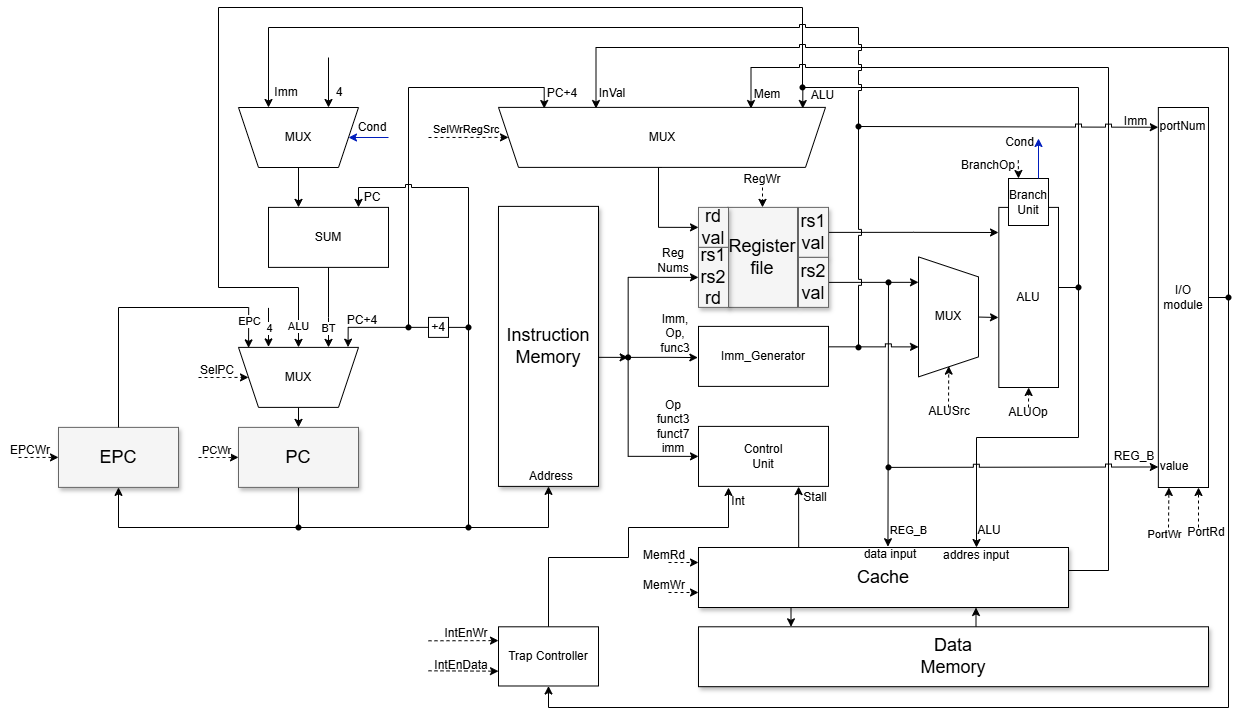
The draw.io diagram DataPath.drawio.png in sircuspelle/cached-harvard-risc-assembler, before a commit. Source tidied: cells renumbered, new cells last; positions are measured from the earlier drawing's top-left corner, leaving out a move shared by most shapes.
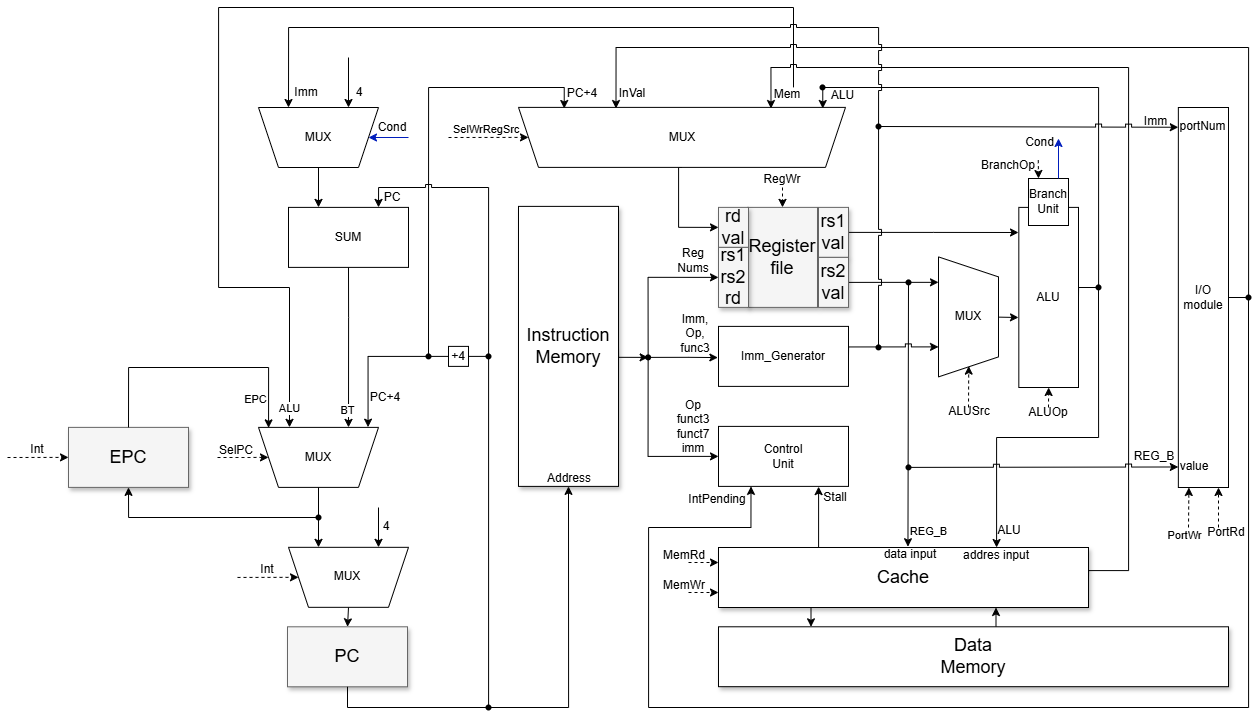
The same file after the commit.

Diff of the diagram source:
```diff
@@ -38,20 +38,14 @@
     </mxCell>
-    <mxCell id="9" style="edgeStyle=orthogonalEdgeStyle;rounded=0;jettySize=auto;html=1;exitX=0.5;exitY=1;exitDx=0;exitDy=0;entryX=0.5;entryY=1;entryDx=0;entryDy=0;" parent="1" edge="1" source="10" target="4">
-      <mxGeometry relative="1" as="geometry">
-        <Array as="points">
-          <mxPoint x="298" y="520" />
-          <mxPoint x="548" y="520" />
-        </Array>
-      </mxGeometry>
-    </mxCell>
     <mxCell id="10" value="PC" style="whiteSpace=wrap;html=1;shadow=1;fontSize=18;fillColor=#f5f5f5;strokeColor=#666666;" parent="1" vertex="1">
-      <mxGeometry x="238" y="419.9" width="120" height="60" as="geometry" />
+      <mxGeometry x="267" y="619.3" width="120" height="60" as="geometry" />
     </mxCell>
-    <mxCell id="11" style="edgeStyle=orthogonalEdgeStyle;rounded=0;jettySize=auto;html=1;entryX=0.5;entryY=1;entryDx=0;entryDy=0;jumpStyle=sharp;exitX=0.457;exitY=0.326;exitDx=0;exitDy=0;exitPerimeter=0;" parent="1" edge="1" source="50" target="106">
+    <mxCell id="11" style="edgeStyle=orthogonalEdgeStyle;rounded=0;jettySize=auto;html=1;entryX=0.75;entryY=1;entryDx=0;entryDy=0;jumpStyle=sharp;exitX=0.457;exitY=0.326;exitDx=0;exitDy=0;exitPerimeter=0;" parent="1" edge="1" target="106">
       <mxGeometry relative="1" as="geometry">
+        <mxPoint x="773" y="79.9" as="sourcePoint" />
         <Array as="points">
-          <mxPoint x="802" />
-          <mxPoint x="218" />
-          <mxPoint x="218" y="280" />
-          <mxPoint x="298" y="280" />
+          <mxPoint x="773" />
+          <mxPoint x="198" />
+          <mxPoint x="198" y="280" />
+          <mxPoint x="269" y="280" />
+          <mxPoint x="269" y="420" />
         </Array>
@@ -61,3 +55,3 @@
       <mxGeometry x="0.9" y="1" relative="1" as="geometry">
-        <mxPoint x="-2" y="32" as="offset" />
+        <mxPoint x="-2" y="35" as="offset" />
       </mxGeometry>
@@ -86,7 +80,2 @@
     </mxCell>
-    <mxCell id="16" style="edgeStyle=orthogonalEdgeStyle;rounded=0;jettySize=auto;html=1;exitX=0.5;exitY=1;exitDx=0;exitDy=0;entryX=0.5;entryY=0;entryDx=0;entryDy=0;" parent="1" edge="1" target="10">
-      <mxGeometry relative="1" as="geometry">
-        <mxPoint x="298" y="399.9" as="sourcePoint" />
-      </mxGeometry>
-    </mxCell>
     <mxCell id="17" style="edgeStyle=orthogonalEdgeStyle;rounded=0;jettySize=auto;html=1;exitX=0.5;exitY=0;exitDx=0;exitDy=0;" parent="1" edge="1" source="113">
@@ -104,11 +93,6 @@
     <mxCell id="19" value="EPC" style="whiteSpace=wrap;html=1;shadow=1;fontSize=18;fillColor=#f5f5f5;strokeColor=#666666;" parent="1" vertex="1">
-      <mxGeometry x="58" y="419.9" width="120" height="60" as="geometry" />
+      <mxGeometry x="48" y="419.9" width="120" height="60" as="geometry" />
     </mxCell>
-    <mxCell id="20" style="edgeStyle=none;jettySize=auto;html=1;rounded=0;entryX=0;entryY=0.5;entryDx=0;entryDy=0;dashed=1;" parent="1" edge="1" target="19">
-      <mxGeometry relative="1" as="geometry">
-        <mxPoint x="18" y="450" as="sourcePoint" />
-      </mxGeometry>
-    </mxCell>
-    <mxCell id="21" value="EPCWr" style="text;html=1;whiteSpace=wrap;strokeColor=none;fillColor=none;align=center;verticalAlign=middle;rounded=0;" parent="1" vertex="1">
-      <mxGeometry y="437.9" width="60" height="11.1" as="geometry" />
+    <mxCell id="21" value="Int" style="text;html=1;whiteSpace=wrap;strokeColor=none;fillColor=none;align=center;verticalAlign=middle;rounded=0;" parent="1" vertex="1">
+      <mxGeometry x="-13" y="436.9" width="60" height="11.1" as="geometry" />
     </mxCell>
@@ -159,16 +143,2 @@
     </mxCell>
-    <mxCell id="29" style="edgeStyle=orthogonalEdgeStyle;rounded=0;jettySize=auto;html=1;exitX=0;exitY=0.5;exitDx=0;exitDy=0;jumpStyle=sharp;" parent="1" edge="1" source="30">
-      <mxGeometry relative="1" as="geometry">
-        <mxPoint x="728" y="480" as="targetPoint" />
-        <Array as="points">
-          <mxPoint x="548" y="550" />
-          <mxPoint x="628" y="550" />
-          <mxPoint x="628" y="520" />
-          <mxPoint x="728" y="520" />
-        </Array>
-      </mxGeometry>
-    </mxCell>
-    <mxCell id="30" value="Trap Controller" style="rounded=0;whiteSpace=wrap;html=1;direction=south;" parent="1" vertex="1">
-      <mxGeometry x="498" y="619.3" width="100" height="59.2" as="geometry" />
-    </mxCell>
     <mxCell id="31" style="edgeStyle=orthogonalEdgeStyle;rounded=0;jettySize=auto;html=1;exitX=0.5;exitY=0;exitDx=0;exitDy=0;jumpStyle=sharp;entryX=0;entryY=0.5;entryDx=0;entryDy=0;" parent="1" edge="1" source="114" target="71">
@@ -183,3 +153,3 @@
       <mxGeometry relative="1" as="geometry">
-        <mxPoint x="408" y="320" as="sourcePoint" />
+        <mxPoint x="408" y="350" as="sourcePoint" />
         <mxPoint x="543.7" y="101" as="targetPoint" />
@@ -205,4 +175,4 @@
         <Array as="points">
-          <mxPoint x="118" y="300" />
-          <mxPoint x="248" y="300" />
+          <mxPoint x="108" y="360" />
+          <mxPoint x="248" y="360" />
         </Array>
@@ -211,27 +181,7 @@
     <mxCell id="36" value="EPC" style="edgeLabel;html=1;align=center;verticalAlign=middle;" parent="1" vertex="1">
-      <mxGeometry x="248" y="312.9" as="geometry" />
+      <mxGeometry x="234" y="390.9" as="geometry" />
     </mxCell>
     <mxCell id="37" value="BT" style="edgeLabel;html=1;align=center;verticalAlign=middle;" parent="1" vertex="1">
-      <mxGeometry x="327" y="319.9" as="geometry" />
+      <mxGeometry x="326" y="401.9" as="geometry" />
     </mxCell>
-    <mxCell id="38" style="edgeStyle=none;orthogonalLoop=1;jettySize=auto;html=1;rounded=0;dashed=1;" parent="1" edge="1">
-      <mxGeometry relative="1" as="geometry">
-        <mxPoint x="198" y="450" as="sourcePoint" />
-        <mxPoint x="238" y="449.9" as="targetPoint" />
-      </mxGeometry>
-    </mxCell>
-    <mxCell id="39" value="PCWr" style="edgeLabel;html=1;align=center;verticalAlign=middle;" parent="38" vertex="1">
-      <mxGeometry x="-0.01" y="-1" relative="1" as="geometry">
-        <mxPoint x="-3" y="-9" as="offset" />
-      </mxGeometry>
-    </mxCell>
-    <mxCell id="40" style="edgeStyle=none;orthogonalLoop=1;jettySize=auto;html=1;rounded=0;" parent="1" edge="1">
-      <mxGeometry relative="1" as="geometry">
-        <mxPoint x="268" y="300.4" as="sourcePoint" />
-        <mxPoint x="268" y="339.4" as="targetPoint" />
-      </mxGeometry>
-    </mxCell>
-    <mxCell id="41" value="4" style="edgeLabel;html=1;align=center;verticalAlign=middle;" parent="40" vertex="1">
-      <mxGeometry x="0.05" relative="1" as="geometry" />
-    </mxCell>
     <mxCell id="42" style="edgeStyle=orthogonalEdgeStyle;rounded=0;jettySize=auto;html=1;exitX=1;exitY=0.5;exitDx=0;exitDy=0;jumpStyle=sharp;entryX=0.75;entryY=1;entryDx=0;entryDy=0;" parent="1" edge="1" source="44" target="113">
@@ -262,3 +212,3 @@
       <mxGeometry relative="1" as="geometry">
-        <mxPoint x="198" y="370" as="sourcePoint" />
+        <mxPoint x="197" y="450" as="sourcePoint" />
       </mxGeometry>
@@ -295,11 +245,8 @@
     <mxCell id="54" value="&lt;span style=&quot;background-color: light-dark(#ffffff, var(--ge-dark-color, #121212));&quot;&gt;SelPC&lt;/span&gt;" style="text;html=1;whiteSpace=wrap;strokeColor=none;fillColor=none;align=center;verticalAlign=middle;rounded=0;" parent="1" vertex="1">
-      <mxGeometry x="197" y="359" width="40" height="7.9" as="geometry" />
+      <mxGeometry x="196" y="439" width="40" height="7.9" as="geometry" />
     </mxCell>
     <mxCell id="55" value="Address" style="text;html=1;whiteSpace=wrap;strokeColor=none;fillColor=none;align=center;verticalAlign=middle;rounded=0;" parent="1" vertex="1">
-      <mxGeometry x="521" y="453.9" width="60" height="30" as="geometry" />
+      <mxGeometry x="519" y="465" width="60" height="12" as="geometry" />
     </mxCell>
-    <mxCell id="56" value="IntEnWr" style="text;html=1;whiteSpace=wrap;strokeColor=none;fillColor=none;align=center;verticalAlign=middle;rounded=0;" parent="1" vertex="1">
-      <mxGeometry x="436" y="620.3" width="60" height="11" as="geometry" />
-    </mxCell>
-    <mxCell id="57" style="edgeStyle=orthogonalEdgeStyle;rounded=0;jettySize=auto;html=1;entryX=1;entryY=0.5;entryDx=0;entryDy=0;" parent="1" edge="1" source="58" target="30">
+    <mxCell id="57" style="edgeStyle=orthogonalEdgeStyle;rounded=0;jettySize=auto;html=1;entryX=0.25;entryY=1;entryDx=0;entryDy=0;curved=0;" parent="1" edge="1" source="58" target="18">
       <mxGeometry relative="1" as="geometry">
@@ -307,3 +254,5 @@
           <mxPoint x="1228" y="700" />
-          <mxPoint x="548" y="700" />
+          <mxPoint x="628" y="700" />
+          <mxPoint x="628" y="520" />
+          <mxPoint x="731" y="520" />
         </Array>
@@ -317,5 +266,7 @@
     </mxCell>
-    <mxCell id="60" style="edgeStyle=orthogonalEdgeStyle;rounded=0;jettySize=auto;html=1;entryX=0.75;entryY=0;entryDx=0;entryDy=0;jumpStyle=sharp;" parent="1" edge="1" source="107" target="33">
+    <mxCell id="60" style="edgeStyle=orthogonalEdgeStyle;rounded=0;jettySize=auto;html=1;entryX=0.75;entryY=0;entryDx=0;entryDy=0;jumpStyle=sharp;exitX=0.5;exitY=1;exitDx=0;exitDy=0;" parent="1" edge="1" source="10" target="33">
       <mxGeometry relative="1" as="geometry">
         <Array as="points">
+          <mxPoint x="327" y="700" />
+          <mxPoint x="468" y="700" />
           <mxPoint x="468" y="180" />
@@ -326,3 +277,3 @@
     <mxCell id="61" style="shape=waypoint;sketch=0;size=6;points=[];fillColor=none;perimeter=centerPerimeter;snapToPoint=1;" parent="1" vertex="1">
-      <mxGeometry x="458" y="309.9" width="20" height="20" as="geometry" />
+      <mxGeometry x="458" y="338.9" width="20" height="20" as="geometry" />
     </mxCell>
@@ -379,3 +330,3 @@
     <mxCell id="76" style="shape=waypoint;sketch=0;size=6;fillColor=none;perimeter=centerPerimeter;" parent="1" vertex="1">
-      <mxGeometry x="398" y="309.9" width="20" height="20" as="geometry" />
+      <mxGeometry x="398" y="338.9" width="20" height="20" as="geometry" />
     </mxCell>
@@ -404,5 +355,2 @@
     </mxCell>
-    <mxCell id="84" value="Int" style="text;html=1;whiteSpace=wrap;strokeColor=none;fillColor=none;align=center;verticalAlign=middle;rounded=0;" parent="1" vertex="1">
-      <mxGeometry x="708" y="478.9" width="60" height="30" as="geometry" />
-    </mxCell>
     <mxCell id="85" value="ALU" style="text;html=1;whiteSpace=wrap;strokeColor=none;fillColor=none;align=center;verticalAlign=middle;rounded=0;" parent="1" vertex="1">
@@ -427,5 +375,2 @@
     </mxCell>
-    <mxCell id="91" value="IntEnData" style="text;html=1;whiteSpace=wrap;strokeColor=none;fillColor=none;align=center;verticalAlign=middle;rounded=0;" parent="1" vertex="1">
-      <mxGeometry x="443" y="651.3" width="36" height="12.8" as="geometry" />
-    </mxCell>
     <mxCell id="92" style="edgeStyle=orthogonalEdgeStyle;rounded=0;jettySize=auto;html=1;exitX=0.5;exitY=0;exitDx=0;exitDy=0;entryX=0.25;entryY=0;entryDx=0;entryDy=0;" parent="1" edge="1" source="93" target="33">
@@ -481,7 +426,4 @@
     <mxCell id="106" style="shape=trapezoid;perimeter=trapezoidPerimeter;whiteSpace=wrap;html=1;fixedSize=1;rotation=-180;" parent="1" vertex="1">
-      <mxGeometry x="238" y="339.9" width="120" height="60" as="geometry" />
+      <mxGeometry x="238" y="419.9" width="120" height="60" as="geometry" />
     </mxCell>
-    <mxCell id="107" style="shape=waypoint;sketch=0;size=6;points=[];fillColor=none;perimeter=centerPerimeter;snapToPoint=1;" parent="1" vertex="1">
-      <mxGeometry x="458" y="510" width="20" height="20" as="geometry" />
-    </mxCell>
     <mxCell id="108" style="edgeStyle=orthogonalEdgeStyle;rounded=0;jettySize=auto;html=1;entryX=0.087;entryY=1.004;entryDx=0;entryDy=0;entryPerimeter=0;" parent="1" edge="1" source="61" target="106">
@@ -490,13 +432,15 @@
     <mxCell id="109" value="PC+4" style="text;html=1;whiteSpace=wrap;strokeColor=none;fillColor=none;align=center;verticalAlign=middle;rounded=0;" parent="1" vertex="1">
-      <mxGeometry x="332" y="298" width="60" height="30" as="geometry" />
+      <mxGeometry x="335" y="375" width="60" height="30" as="geometry" />
     </mxCell>
     <mxCell id="110" value="+4" style="rounded=0;whiteSpace=wrap;html=1;" parent="1" vertex="1">
-      <mxGeometry x="428" y="309.9" width="20" height="20" as="geometry" />
+      <mxGeometry x="428" y="338.9" width="20" height="20" as="geometry" />
     </mxCell>
-    <mxCell id="111" style="edgeStyle=orthogonalEdgeStyle;rounded=0;jettySize=auto;html=1;entryX=0.5;entryY=1;entryDx=0;entryDy=0;" parent="1" edge="1" source="112" target="19">
-      <mxGeometry relative="1" as="geometry" />
+    <mxCell id="111" style="edgeStyle=orthogonalEdgeStyle;rounded=0;jettySize=auto;html=1;entryX=0.5;entryY=1;entryDx=0;entryDy=0;" parent="1" edge="1" source="136">
+      <mxGeometry relative="1" as="geometry">
+        <mxPoint x="108" y="479.9" as="targetPoint" />
+        <Array as="points">
+          <mxPoint x="108" y="510" />
+        </Array>
+      </mxGeometry>
     </mxCell>
-    <mxCell id="112" style="shape=waypoint;sketch=0;size=6;points=[];fillColor=none;perimeter=centerPerimeter;snapToPoint=1;" parent="1" vertex="1">
-      <mxGeometry x="288" y="510" width="20" height="20" as="geometry" />
-    </mxCell>
     <mxCell id="113" style="shape=trapezoid;perimeter=trapezoidPerimeter;whiteSpace=wrap;html=1;fixedSize=1;rotation=90;" parent="1" vertex="1">
@@ -522,13 +466,2 @@
     </mxCell>
-    <mxCell id="120" style="edgeStyle=none;jettySize=auto;html=1;rounded=0;entryX=0.75;entryY=1;entryDx=0;entryDy=0;dashed=1;" parent="1" edge="1" target="30">
-      <mxGeometry relative="1" as="geometry">
-        <mxPoint x="428" y="663.3" as="sourcePoint" />
-      </mxGeometry>
-    </mxCell>
-    <mxCell id="121" style="edgeStyle=none;orthogonalLoop=1;jettySize=auto;html=1;rounded=0;entryX=0.25;entryY=1;entryDx=0;entryDy=0;dashed=1;" parent="1" edge="1">
-      <mxGeometry relative="1" as="geometry">
-        <mxPoint x="428" y="633.3" as="sourcePoint" />
-        <mxPoint x="498" y="633.1" as="targetPoint" />
-      </mxGeometry>
-    </mxCell>
     <mxCell id="122" value="&lt;span style=&quot;color: rgb(0, 0, 0); font-family: Helvetica; font-size: 11px; font-style: normal; font-variant-ligatures: normal; font-variant-caps: normal; font-weight: 400; letter-spacing: normal; orphans: 2; text-align: center; text-indent: 0px; text-transform: none; widows: 2; word-spacing: 0px; -webkit-text-stroke-width: 0px; white-space: nowrap; background-color: rgb(255, 255, 255); text-decoration-thickness: initial; text-decoration-style: initial; text-decoration-color: initial; display: inline !important; float: none;&quot;&gt;SelWrRegSrc&lt;/span&gt;" style="text;whiteSpace=wrap;html=1;" parent="1" vertex="1">
@@ -571,4 +504,49 @@
     <mxCell id="131" value="MUX" style="text;html=1;whiteSpace=wrap;strokeColor=none;fillColor=none;align=center;verticalAlign=middle;rounded=0;" parent="1" vertex="1">
-      <mxGeometry x="268" y="354.9" width="60" height="30" as="geometry" />
+      <mxGeometry x="268" y="434.9" width="60" height="30" as="geometry" />
     </mxCell>
+    <mxCell id="132" style="edgeStyle=orthogonalEdgeStyle;rounded=0;jettySize=auto;html=1;exitX=0.5;exitY=0;exitDx=0;exitDy=0;entryX=0.5;entryY=0;entryDx=0;entryDy=0;" parent="1" edge="1" source="133" target="10">
+      <mxGeometry relative="1" as="geometry" />
+    </mxCell>
+    <mxCell id="133" style="shape=trapezoid;perimeter=trapezoidPerimeter;whiteSpace=wrap;html=1;fixedSize=1;rotation=-180;" parent="1" vertex="1">
+      <mxGeometry x="268" y="539.8" width="120" height="60" as="geometry" />
+    </mxCell>
+    <mxCell id="134" value="MUX" style="text;html=1;whiteSpace=wrap;strokeColor=none;fillColor=none;align=center;verticalAlign=middle;rounded=0;" parent="1" vertex="1">
+      <mxGeometry x="297" y="553.8" width="60" height="30" as="geometry" />
+    </mxCell>
+    <mxCell id="135" style="edgeStyle=orthogonalEdgeStyle;rounded=0;jettySize=auto;html=1;entryX=0.75;entryY=1;entryDx=0;entryDy=0;exitX=0.5;exitY=0;exitDx=0;exitDy=0;" parent="1" edge="1" source="106" target="133">
+      <mxGeometry relative="1" as="geometry" />
+    </mxCell>
+    <mxCell id="136" style="shape=waypoint;sketch=0;size=6;points=[];fillColor=none;perimeter=centerPerimeter;snapToPoint=1;" parent="1" vertex="1">
+      <mxGeometry x="288" y="500" width="20" height="20" as="geometry" />
+    </mxCell>
+    <mxCell id="137" style="edgeStyle=none;jettySize=auto;html=1;rounded=0;entryX=0.25;entryY=1;entryDx=0;entryDy=0;" parent="1" edge="1" target="133">
+      <mxGeometry relative="1" as="geometry">
+        <mxPoint x="358" y="500" as="sourcePoint" />
+      </mxGeometry>
+    </mxCell>
+    <mxCell id="41" value="4" style="text;html=1;whiteSpace=wrap;strokeColor=none;fillColor=none;align=center;verticalAlign=middle;rounded=0;" parent="1" vertex="1">
+      <mxGeometry x="356" y="514" width="20" height="10" as="geometry" />
+    </mxCell>
+    <mxCell id="84" value="Int" style="text;html=1;whiteSpace=wrap;strokeColor=none;fillColor=none;align=center;verticalAlign=middle;rounded=0;" parent="1" vertex="1">
+      <mxGeometry x="217" y="551.8" width="60" height="20" as="geometry" />
+    </mxCell>
+    <mxCell id="138" style="edgeStyle=none;jettySize=auto;html=1;rounded=0;entryX=1;entryY=0.5;entryDx=0;entryDy=0;dashed=1;" parent="1" edge="1" target="133">
+      <mxGeometry relative="1" as="geometry">
+        <mxPoint x="217" y="569.9" as="sourcePoint" />
+      </mxGeometry>
+    </mxCell>
+    <mxCell id="139" style="edgeStyle=none;jettySize=auto;html=1;rounded=0;entryX=0;entryY=0.5;entryDx=0;entryDy=0;dashed=1;" parent="1" edge="1" target="19">
+      <mxGeometry relative="1" as="geometry">
+        <mxPoint x="-13" y="450" as="sourcePoint" />
+      </mxGeometry>
+    </mxCell>
+    <mxCell id="140" style="edgeStyle=orthogonalEdgeStyle;rounded=0;jettySize=auto;html=1;entryX=0.5;entryY=1;entryDx=0;entryDy=0;" parent="1" edge="1" source="141" target="4">
+      <mxGeometry relative="1" as="geometry" />
+    </mxCell>
+    <mxCell id="141" style="shape=waypoint;sketch=0;size=6;points=[];fillColor=none;perimeter=centerPerimeter;snapToPoint=1;" parent="1" vertex="1">
+      <mxGeometry x="458" y="690" width="20" height="20" as="geometry" />
+    </mxCell>
+    <mxCell id="142" value="IntPending" style="text;html=1;whiteSpace=wrap;strokeColor=none;fillColor=none;align=center;verticalAlign=middle;rounded=0;" parent="1" vertex="1">
+      <mxGeometry x="667" y="477" width="60" height="30" as="geometry" />
+    </mxCell>
   </root>
```
